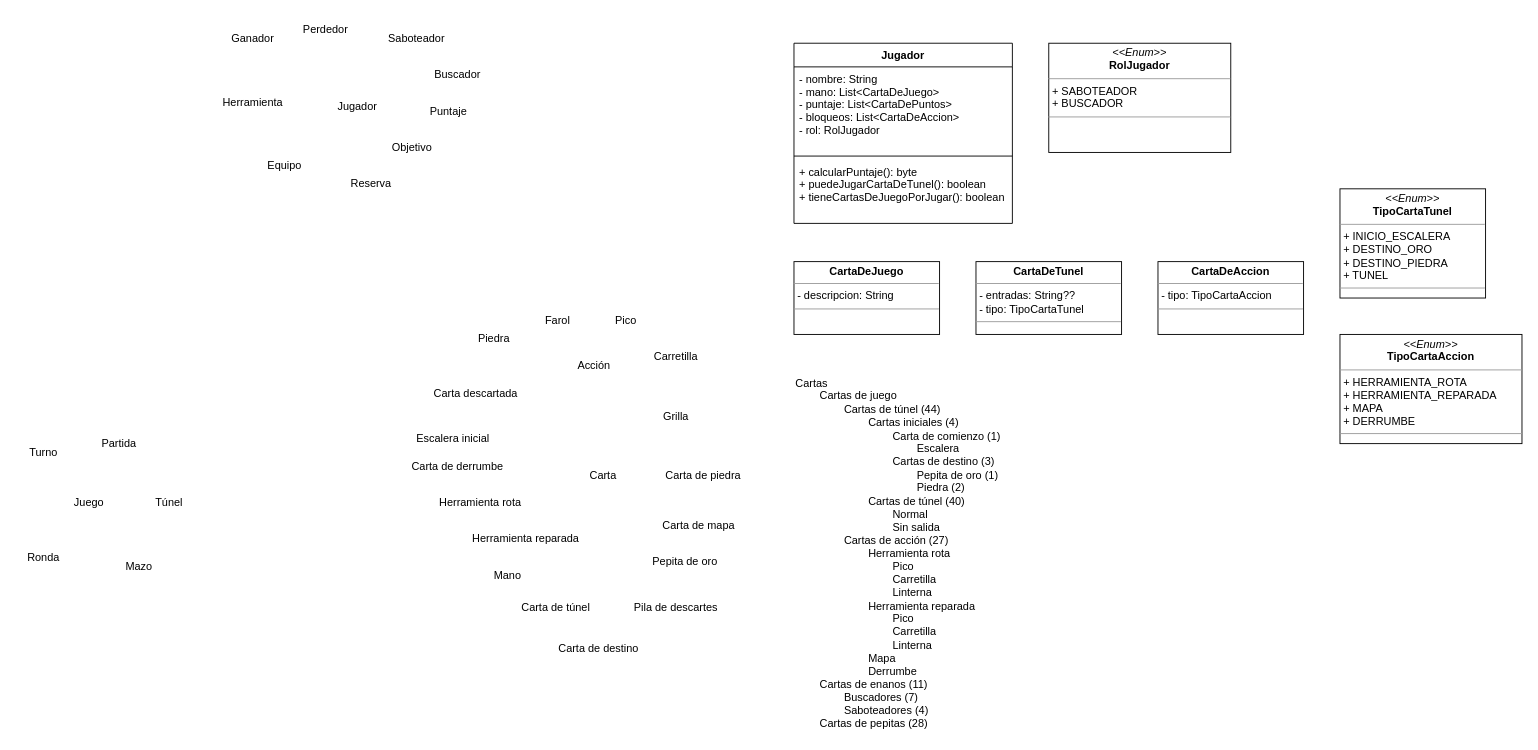
exe-quiel/saboteur-unlu-poo keeps this draw.io diagram as page "Sustantivos" (1 of 2) of Saboteur-UML.drawio. Above is the earlier version. Source tidied: cells renumbered, new cells numbered last; positions are measured from the earlier drawing's top-left corner, leaving out a move shared by most shapes. Both pictures are drawn from the tidied source at 91%, with x=0, y=0 at pixel (15, 15).
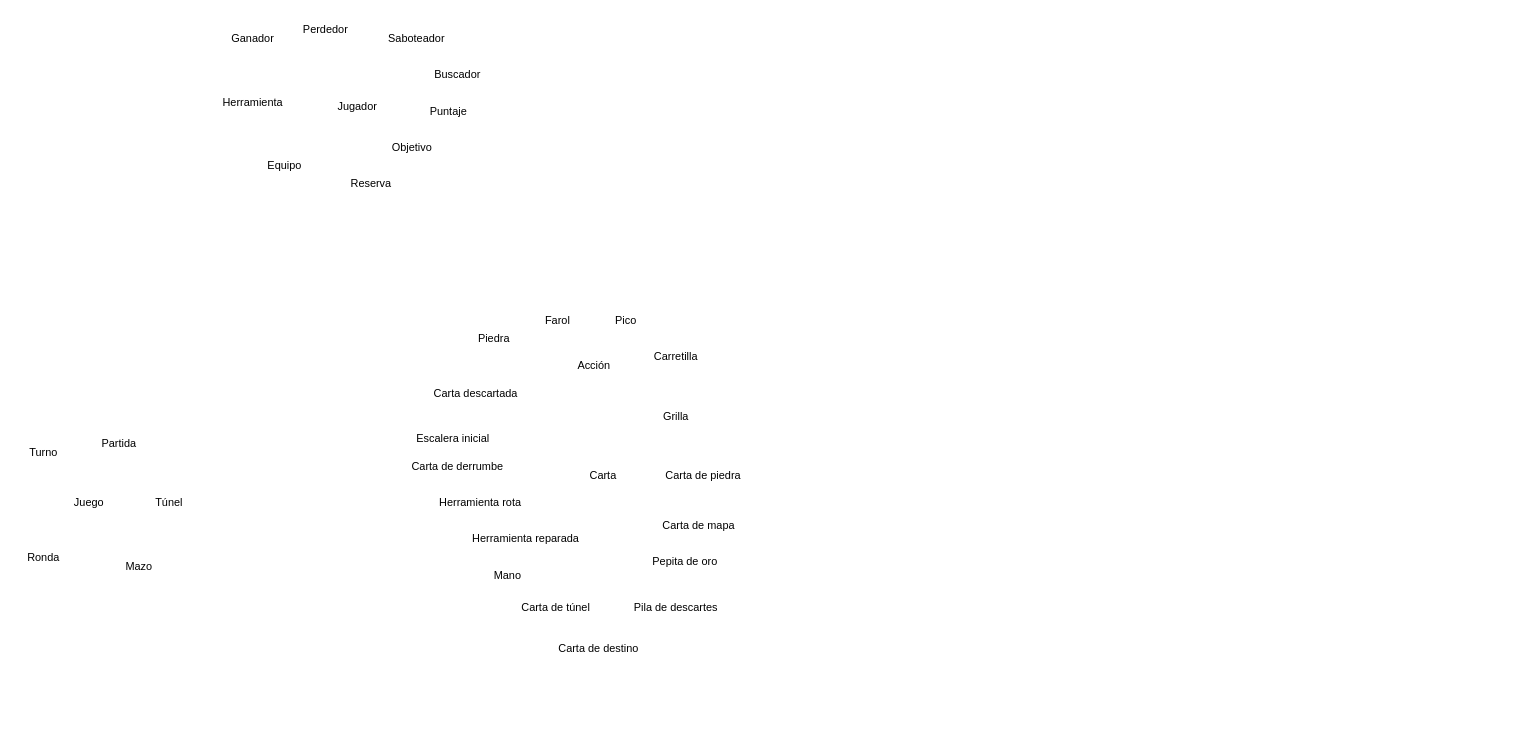
Above is the later version.

The edit, as a diff of the source:
```diff
@@
-    <mxCell id="37" value="Jugador" style="swimlane;fontStyle=1;align=center;verticalAlign=top;horizontal=1;startSize=26;" parent="1" vertex="1">
-      <mxGeometry x="855" y="30" width="240" height="198" as="geometry" />
-    </mxCell>
-    <mxCell id="38" value="- nombre: String&#10;- mano: List&lt;CartaDeJuego&gt;&#10;- puntaje: List&lt;CartaDePuntos&gt;&#10;- bloqueos: List&lt;CartaDeAccion&gt;&#10;- rol: RolJugador" style="text;strokeColor=none;fillColor=none;align=left;verticalAlign=top;spacingLeft=4;spacingRight=4;overflow=hidden;" parent="37" vertex="1">
-      <mxGeometry y="26" width="240" height="94" as="geometry" />
-    </mxCell>
-    <mxCell id="39" style="line;strokeWidth=1;fillColor=none;align=left;verticalAlign=middle;spacingTop=-1;spacingLeft=3;spacingRight=3;labelPosition=right;strokeColor=inherit;" parent="37" vertex="1">
-      <mxGeometry y="120" width="240" height="8" as="geometry" />
-    </mxCell>
-    <mxCell id="40" value="+ calcularPuntaje(): byte&#10;+ puedeJugarCartaDeTunel(): boolean&#10;+ tieneCartasDeJuegoPorJugar(): boolean" style="text;strokeColor=none;fillColor=none;align=left;verticalAlign=top;spacingLeft=4;spacingRight=4;overflow=hidden;" parent="37" vertex="1">
-      <mxGeometry y="128" width="240" height="70" as="geometry" />
-    </mxCell>
-    <mxCell id="41" value="&lt;p style=&quot;margin:0px;margin-top:4px;text-align:center;&quot;&gt;&lt;i&gt;&amp;lt;&amp;lt;Enum&amp;gt;&amp;gt;&lt;/i&gt;&lt;br&gt;&lt;b&gt;RolJugador&lt;/b&gt;&lt;/p&gt;&lt;hr size=&quot;1&quot;&gt;&lt;p style=&quot;margin:0px;margin-left:4px;&quot;&gt;+ SABOTEADOR&lt;br&gt;+ BUSCADOR&lt;/p&gt;&lt;hr size=&quot;1&quot;&gt;&lt;p style=&quot;margin:0px;margin-left:4px;&quot;&gt;&lt;br&gt;&lt;/p&gt;" style="verticalAlign=top;align=left;overflow=fill;fontSize=12;fontFamily=Helvetica;html=1;" parent="1" vertex="1">
-      <mxGeometry x="1135" y="30" width="200" height="120" as="geometry" />
-    </mxCell>
-    <mxCell id="42" value="&lt;p style=&quot;margin:0px;margin-top:4px;text-align:center;&quot;&gt;&lt;b&gt;CartaDeJuego&lt;/b&gt;&lt;/p&gt;&lt;hr size=&quot;1&quot;&gt;&lt;p style=&quot;margin:0px;margin-left:4px;&quot;&gt;&lt;span style=&quot;background-color: initial;&quot;&gt;- descripcion: String&lt;/span&gt;&lt;/p&gt;&lt;hr size=&quot;1&quot;&gt;&lt;p style=&quot;margin:0px;margin-left:4px;&quot;&gt;&lt;br&gt;&lt;/p&gt;" style="verticalAlign=top;align=left;overflow=fill;fontSize=12;fontFamily=Helvetica;html=1;" parent="1" vertex="1">
-      <mxGeometry x="855" y="270" width="160" height="80" as="geometry" />
-    </mxCell>
-    <mxCell id="43" value="Cartas&lt;br&gt;&lt;span style=&quot;white-space: pre;&quot;&gt;&#9;&lt;/span&gt;Cartas de juego&lt;br&gt;&lt;span style=&quot;white-space: pre;&quot;&gt;&#9;&lt;/span&gt;&lt;span style=&quot;white-space: pre;&quot;&gt;&#9;&lt;/span&gt;Cartas de túnel (44)&lt;br&gt;&lt;span style=&quot;white-space: pre;&quot;&gt;&#9;&lt;/span&gt;&lt;span style=&quot;white-space: pre;&quot;&gt;&#9;&lt;/span&gt;&lt;span style=&quot;white-space: pre;&quot;&gt;&#9;&lt;/span&gt;Cartas iniciales (4)&lt;br&gt;&lt;span style=&quot;white-space: pre;&quot;&gt;&#9;&lt;/span&gt;&lt;span style=&quot;white-space: pre;&quot;&gt;&#9;&lt;/span&gt;&lt;span style=&quot;white-space: pre;&quot;&gt;&#9;&lt;/span&gt;&lt;span style=&quot;white-space: pre;&quot;&gt;&#9;&lt;/span&gt;Carta de comienzo (1)&lt;br&gt;&lt;span style=&quot;white-space: pre;&quot;&gt;&#9;&lt;/span&gt;&lt;span style=&quot;white-space: pre;&quot;&gt;&#9;&lt;/span&gt;&lt;span style=&quot;white-space: pre;&quot;&gt;&#9;&lt;/span&gt;&lt;span style=&quot;white-space: pre;&quot;&gt;&#9;&lt;/span&gt;&lt;span style=&quot;white-space: pre;&quot;&gt;&#9;&lt;/span&gt;Escalera&lt;br&gt;&lt;span style=&quot;white-space: pre;&quot;&gt;&#9;&lt;/span&gt;&lt;span style=&quot;white-space: pre;&quot;&gt;&#9;&lt;/span&gt;&lt;span style=&quot;white-space: pre;&quot;&gt;&#9;&lt;/span&gt;&lt;span style=&quot;white-space: pre;&quot;&gt;&#9;&lt;/span&gt;Cartas de destino (3)&lt;br&gt;&lt;span style=&quot;background-color: initial;&quot;&gt;&lt;span style=&quot;white-space: pre;&quot;&gt;&#9;&lt;/span&gt;&lt;span style=&quot;white-space: pre;&quot;&gt;&#9;&lt;/span&gt;&lt;span style=&quot;white-space: pre;&quot;&gt;&#9;&lt;/span&gt;&lt;span style=&quot;white-space: pre;&quot;&gt;&#9;&lt;/span&gt;&lt;span style=&quot;white-space: pre;&quot;&gt;&#9;&lt;/span&gt;Pepita de oro (1)&lt;br&gt;&lt;/span&gt;&lt;span style=&quot;background-color: initial;&quot;&gt;&lt;span style=&quot;white-space: pre;&quot;&gt;&#9;&lt;/span&gt;&lt;span style=&quot;white-space: pre;&quot;&gt;&#9;&lt;/span&gt;&lt;span style=&quot;white-space: pre;&quot;&gt;&#9;&lt;/span&gt;&lt;span style=&quot;white-space: pre;&quot;&gt;&#9;&lt;/span&gt;&lt;span style=&quot;white-space: pre;&quot;&gt;&#9;&lt;/span&gt;Piedra (2)&lt;/span&gt;&lt;span style=&quot;background-color: initial;&quot;&gt;&lt;br&gt;&lt;/span&gt;&lt;span style=&quot;white-space: pre;&quot;&gt;&#9;&lt;/span&gt;&lt;span style=&quot;white-space: pre;&quot;&gt;&#9;&lt;/span&gt;&lt;span style=&quot;white-space: pre;&quot;&gt;&#9;&lt;/span&gt;Cartas de túnel (40)&lt;br&gt;&lt;span style=&quot;white-space: pre;&quot;&gt;&#9;&lt;/span&gt;&lt;span style=&quot;white-space: pre;&quot;&gt;&#9;&lt;/span&gt;&lt;span style=&quot;white-space: pre;&quot;&gt;&#9;&lt;/span&gt;&lt;span style=&quot;white-space: pre;&quot;&gt;&#9;&lt;/span&gt;Normal&lt;br&gt;&lt;span style=&quot;white-space: pre;&quot;&gt;&#9;&lt;/span&gt;&lt;span style=&quot;white-space: pre;&quot;&gt;&#9;&lt;/span&gt;&lt;span style=&quot;white-space: pre;&quot;&gt;&#9;&lt;/span&gt;&lt;span style=&quot;white-space: pre;&quot;&gt;&#9;&lt;/span&gt;Sin salida&lt;br&gt;&lt;span style=&quot;background-color: initial;&quot;&gt;&lt;span style=&quot;white-space: pre;&quot;&gt;&#9;&lt;/span&gt;&lt;span style=&quot;white-space: pre;&quot;&gt;&#9;&lt;/span&gt;Cartas de acción (27)&lt;br&gt;&lt;/span&gt;&lt;span style=&quot;background-color: initial;&quot;&gt;&lt;span style=&quot;white-space: pre;&quot;&gt;&#9;&lt;/span&gt;&lt;span style=&quot;white-space: pre;&quot;&gt;&#9;&lt;span style=&quot;white-space: pre;&quot;&gt;&#9;&lt;/span&gt;&lt;/span&gt;Herramienta rota&lt;br&gt;&lt;/span&gt;&lt;span style=&quot;background-color: initial;&quot;&gt;&lt;span style=&quot;white-space: pre;&quot;&gt;&#9;&lt;/span&gt;&lt;span style=&quot;white-space: pre;&quot;&gt;&#9;&lt;/span&gt;&lt;span style=&quot;white-space: pre;&quot;&gt;&#9;&lt;/span&gt;&lt;span style=&quot;white-space: pre;&quot;&gt;&#9;&lt;/span&gt;Pico&lt;br&gt;&lt;/span&gt;&lt;span style=&quot;background-color: initial;&quot;&gt;&lt;span style=&quot;white-space: pre;&quot;&gt;&#9;&lt;/span&gt;&lt;span style=&quot;white-space: pre;&quot;&gt;&#9;&lt;/span&gt;&lt;span style=&quot;white-space: pre;&quot;&gt;&#9;&lt;/span&gt;&lt;span style=&quot;white-space: pre;&quot;&gt;&#9;&lt;/span&gt;Carretilla&lt;br&gt;&lt;/span&gt;&lt;span style=&quot;background-color: initial;&quot;&gt;&lt;span style=&quot;white-space: pre;&quot;&gt;&#9;&lt;/span&gt;&lt;span style=&quot;white-space: pre;&quot;&gt;&#9;&lt;/span&gt;&lt;span style=&quot;white-space: pre;&quot;&gt;&#9;&lt;/span&gt;&lt;span style=&quot;white-space: pre;&quot;&gt;&#9;&lt;/span&gt;Linterna&lt;br&gt;&lt;/span&gt;&lt;span style=&quot;background-color: initial;&quot;&gt;&lt;span style=&quot;white-space: pre;&quot;&gt;&#9;&lt;/span&gt;&lt;span style=&quot;white-space: pre;&quot;&gt;&#9;&lt;/span&gt;&lt;span style=&quot;white-space: pre;&quot;&gt;&#9;&lt;/span&gt;Herramienta reparada&lt;br&gt;&lt;/span&gt;&lt;span style=&quot;background-color: initial;&quot;&gt;&lt;span style=&quot;white-space: pre;&quot;&gt;&#9;&lt;/span&gt;&lt;span style=&quot;white-space: pre;&quot;&gt;&#9;&lt;/span&gt;&lt;span style=&quot;white-space: pre;&quot;&gt;&#9;&lt;/span&gt;&lt;span style=&quot;white-space: pre;&quot;&gt;&#9;&lt;/span&gt;Pico&lt;br&gt;&lt;/span&gt;&lt;span style=&quot;background-color: initial;&quot;&gt;&lt;span style=&quot;white-space: pre;&quot;&gt;&#9;&lt;/span&gt;&lt;span style=&quot;white-space: pre;&quot;&gt;&#9;&lt;/span&gt;&lt;span style=&quot;white-space: pre;&quot;&gt;&#9;&lt;/span&gt;&lt;span style=&quot;white-space: pre;&quot;&gt;&#9;&lt;/span&gt;Carretilla&lt;br&gt;&lt;/span&gt;&lt;span style=&quot;background-color: initial; white-space: pre;&quot;&gt;&lt;span style=&quot;white-space: pre;&quot;&gt;&#9;&lt;/span&gt;&lt;span style=&quot;white-space: pre;&quot;&gt;&#9;&lt;/span&gt;&lt;span style=&quot;white-space: pre;&quot;&gt;&#9;&lt;/span&gt;&lt;span style=&quot;white-space: pre;&quot;&gt;&#9;&lt;/span&gt;L&lt;/span&gt;&lt;span style=&quot;background-color: initial;&quot;&gt;interna&lt;br&gt;&lt;/span&gt;&lt;span style=&quot;background-color: initial;&quot;&gt;&lt;span style=&quot;white-space: pre;&quot;&gt;&#9;&lt;/span&gt;&lt;span style=&quot;white-space: pre;&quot;&gt;&#9;&lt;/span&gt;&lt;span style=&quot;white-space: pre;&quot;&gt;&#9;&lt;/span&gt;Mapa&lt;br&gt;&lt;/span&gt;&lt;span style=&quot;background-color: initial;&quot;&gt;&lt;span style=&quot;white-space: pre;&quot;&gt;&#9;&lt;/span&gt;&lt;span style=&quot;white-space: pre;&quot;&gt;&#9;&lt;/span&gt;&lt;span style=&quot;white-space: pre;&quot;&gt;&#9;&lt;/span&gt;Derrumbe&lt;br&gt;&lt;/span&gt;&lt;span style=&quot;white-space: pre;&quot;&gt;&#9;&lt;/span&gt;Cartas de enanos (11)&lt;br&gt;&lt;span style=&quot;white-space: pre;&quot;&gt;&#9;&lt;/span&gt;&lt;span style=&quot;white-space: pre;&quot;&gt;&#9;&lt;/span&gt;Buscadores (7)&lt;br&gt;&lt;span style=&quot;white-space: pre;&quot;&gt;&#9;&lt;/span&gt;&lt;span style=&quot;white-space: pre;&quot;&gt;&#9;&lt;/span&gt;Saboteadores (4)&lt;br&gt;&lt;span style=&quot;white-space: pre;&quot;&gt;&#9;&lt;/span&gt;Cartas de pepitas (28)" style="text;html=1;align=left;verticalAlign=top;strokeColor=none;fillColor=none;" parent="1" vertex="1">
-      <mxGeometry x="855" y="390" width="240" height="400" as="geometry" />
-    </mxCell>
-    <mxCell id="44" value="&lt;p style=&quot;margin:0px;margin-top:4px;text-align:center;&quot;&gt;&lt;b&gt;CartaDeTunel&lt;/b&gt;&lt;/p&gt;&lt;hr size=&quot;1&quot;&gt;&lt;p style=&quot;margin:0px;margin-left:4px;&quot;&gt;- entradas: String??&lt;/p&gt;&lt;p style=&quot;margin:0px;margin-left:4px;&quot;&gt;- tipo: TipoCartaTunel&lt;/p&gt;&lt;hr size=&quot;1&quot;&gt;&lt;p style=&quot;margin:0px;margin-left:4px;&quot;&gt;&lt;br&gt;&lt;/p&gt;" style="verticalAlign=top;align=left;overflow=fill;fontSize=12;fontFamily=Helvetica;html=1;" parent="1" vertex="1">
-      <mxGeometry x="1055" y="270" width="160" height="80" as="geometry" />
-    </mxCell>
-    <mxCell id="45" value="&lt;p style=&quot;margin:0px;margin-top:4px;text-align:center;&quot;&gt;&lt;b&gt;CartaDeAccion&lt;/b&gt;&lt;/p&gt;&lt;hr size=&quot;1&quot;&gt;&lt;p style=&quot;margin:0px;margin-left:4px;&quot;&gt;- tipo: TipoCartaAccion&lt;/p&gt;&lt;hr size=&quot;1&quot;&gt;&lt;p style=&quot;margin:0px;margin-left:4px;&quot;&gt;&lt;br&gt;&lt;/p&gt;" style="verticalAlign=top;align=left;overflow=fill;fontSize=12;fontFamily=Helvetica;html=1;" parent="1" vertex="1">
-      <mxGeometry x="1255" y="270" width="160" height="80" as="geometry" />
-    </mxCell>
-    <mxCell id="46" value="&lt;p style=&quot;margin:0px;margin-top:4px;text-align:center;&quot;&gt;&lt;i&gt;&amp;lt;&amp;lt;Enum&amp;gt;&amp;gt;&lt;/i&gt;&lt;br&gt;&lt;b&gt;TipoCartaTunel&lt;/b&gt;&lt;/p&gt;&lt;hr size=&quot;1&quot;&gt;&lt;p style=&quot;margin:0px;margin-left:4px;&quot;&gt;+ INICIO_ESCALERA&lt;br&gt;+ DESTINO_ORO&lt;/p&gt;&lt;p style=&quot;margin:0px;margin-left:4px;&quot;&gt;+ DESTINO_PIEDRA&lt;/p&gt;&lt;p style=&quot;margin:0px;margin-left:4px;&quot;&gt;+ TUNEL&lt;/p&gt;&lt;hr size=&quot;1&quot;&gt;&lt;p style=&quot;margin:0px;margin-left:4px;&quot;&gt;&lt;br&gt;&lt;/p&gt;" style="verticalAlign=top;align=left;overflow=fill;fontSize=12;fontFamily=Helvetica;html=1;" parent="1" vertex="1">
-      <mxGeometry x="1455" y="190" width="160" height="120" as="geometry" />
-    </mxCell>
-    <mxCell id="47" value="&lt;p style=&quot;margin:0px;margin-top:4px;text-align:center;&quot;&gt;&lt;i&gt;&amp;lt;&amp;lt;Enum&amp;gt;&amp;gt;&lt;/i&gt;&lt;br&gt;&lt;b&gt;TipoCartaAccion&lt;/b&gt;&lt;/p&gt;&lt;hr size=&quot;1&quot;&gt;&lt;p style=&quot;margin:0px;margin-left:4px;&quot;&gt;+ HERRAMIENTA_ROTA&lt;br&gt;+ HERRAMIENTA_REPARADA&lt;/p&gt;&lt;p style=&quot;margin:0px;margin-left:4px;&quot;&gt;+ MAPA&lt;/p&gt;&lt;p style=&quot;margin:0px;margin-left:4px;&quot;&gt;+ DERRUMBE&lt;/p&gt;&lt;hr size=&quot;1&quot;&gt;&lt;p style=&quot;margin:0px;margin-left:4px;&quot;&gt;&lt;br&gt;&lt;/p&gt;" style="verticalAlign=top;align=left;overflow=fill;fontSize=12;fontFamily=Helvetica;html=1;" parent="1" vertex="1">
-      <mxGeometry x="1455" y="350" width="200" height="120" as="geometry" />
-    </mxCell>
```
